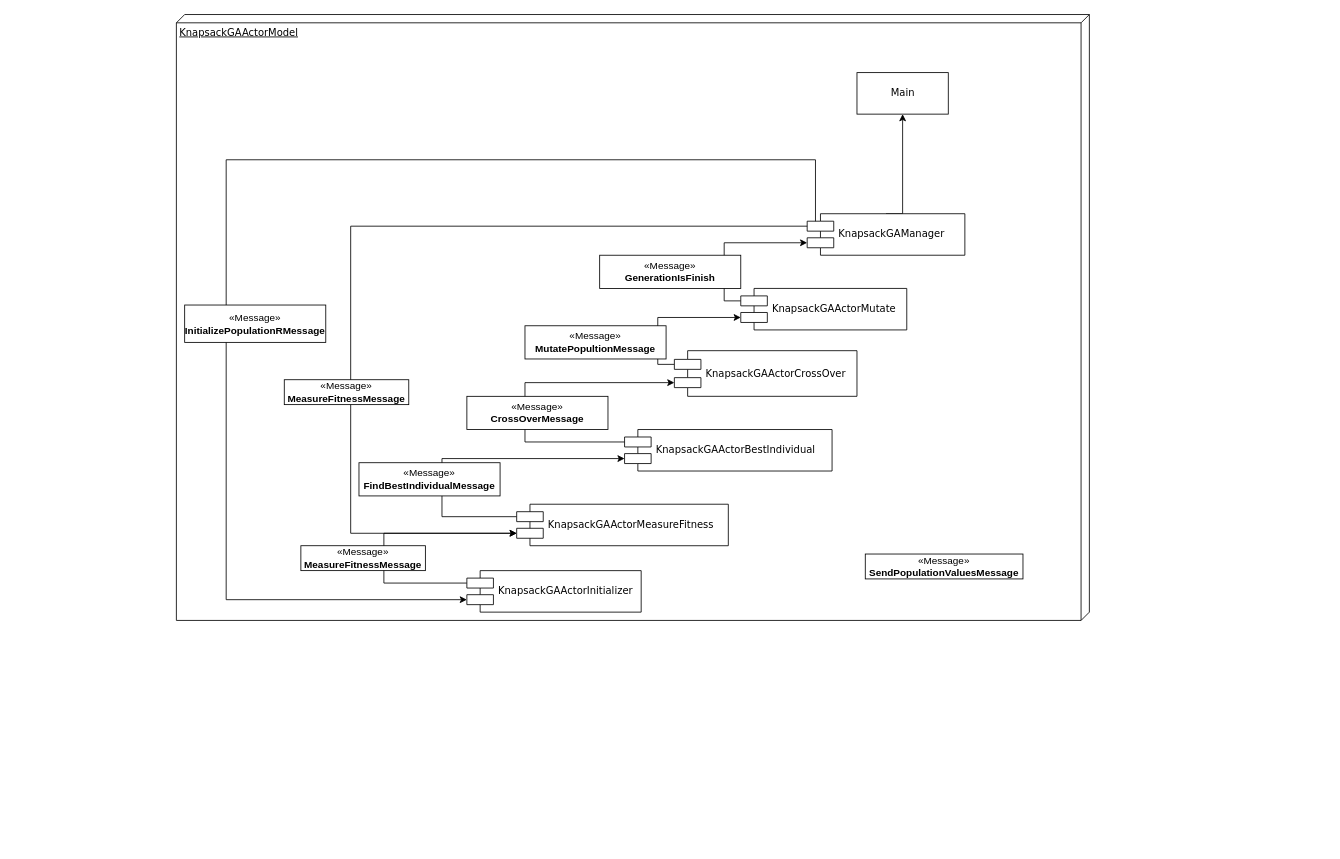
Daniel02Lopes/PPC keeps this draw.io diagram as KnapsackGAActorModel/arquitetura.drawio. Above is the earlier version. Source tidied: cells renumbered, new cells numbered last; positions are measured from the earlier drawing's top-left corner, leaving out a move shared by most shapes. Both pictures are drawn from the tidied source at 83%, with x=0, y=0 at pixel (176, 14).
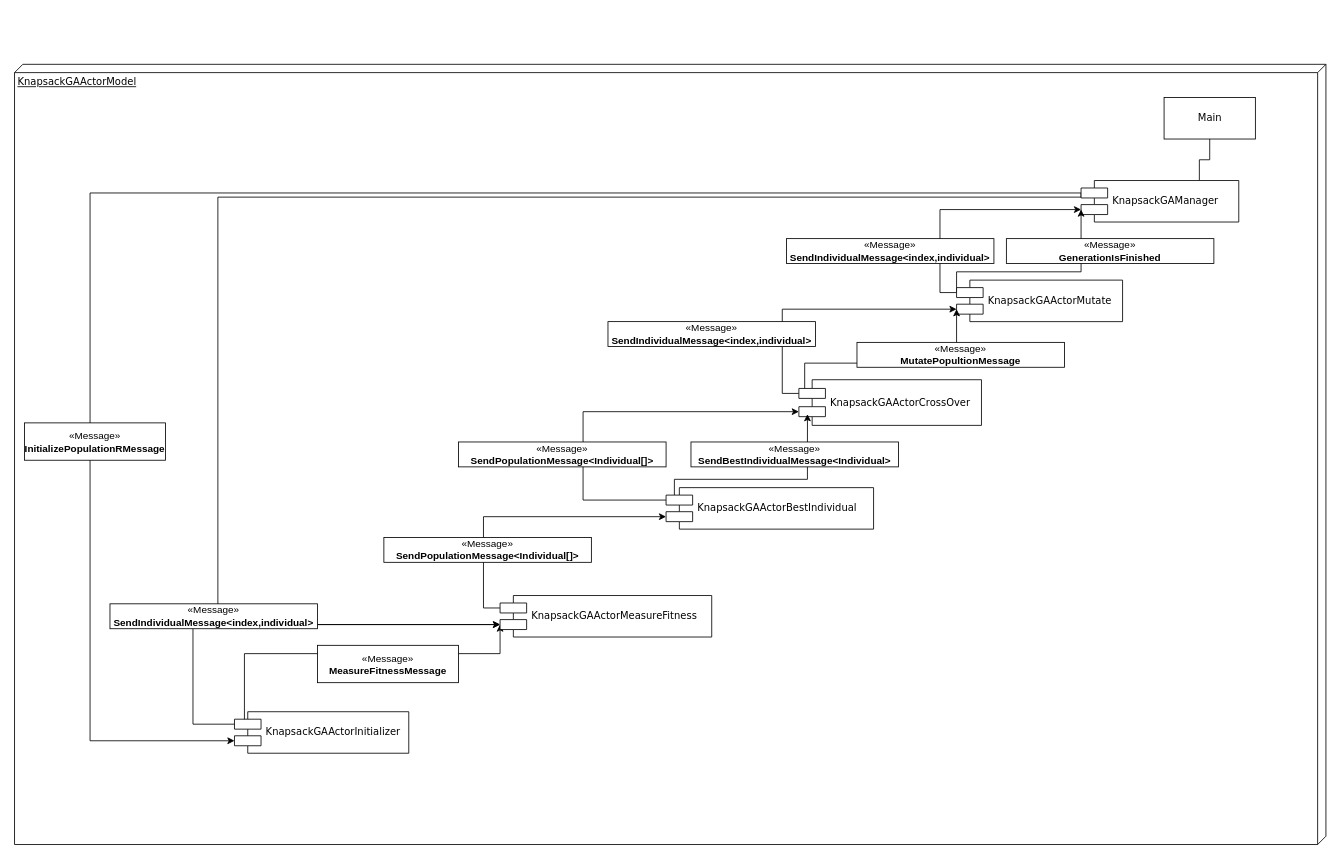
The same page after the edit.

Commit message (it also covers changes not shown here):
Alterado o desenho da arquitetura para relatório

The edit, as a diff of the source:
```diff
@@
     <mxCell id="2" value="KnapsackGAActorModel" style="verticalAlign=top;align=left;spacingTop=8;spacingLeft=2;spacingRight=12;shape=cube;size=10;direction=south;fontStyle=4;html=1;rounded=0;shadow=0;comic=0;labelBackgroundColor=none;strokeWidth=1;fontFamily=Verdana;fontSize=12;" parent="1" vertex="1">
-      <mxGeometry width="1100" height="730" as="geometry" />
+      <mxGeometry x="-195" y="60" width="1580" height="940" as="geometry" />
     </mxCell>
     <mxCell id="3" value="Main" style="html=1;rounded=0;shadow=0;comic=0;labelBackgroundColor=none;strokeWidth=1;fontFamily=Verdana;fontSize=12;align=center;" parent="1" vertex="1">
-      <mxGeometry x="820" y="70" width="110" height="50" as="geometry" />
+      <mxGeometry x="1190" y="100" width="110" height="50" as="geometry" />
     </mxCell>
-    <mxCell id="4" style="edgeStyle=orthogonalEdgeStyle;rounded=0;jettySize=auto;html=1;exitX=0;exitY=0.3;exitDx=0;exitDy=0;entryX=0;entryY=0.7;entryDx=0;entryDy=0;" parent="1" edge="1" source="7" target="9">
-      <mxGeometry relative="1" as="geometry">
-        <Array as="points">
-          <mxPoint x="770" y="255" />
-          <mxPoint x="770" y="175" />
-          <mxPoint x="60" y="175" />
-          <mxPoint x="60" y="705" />
-        </Array>
-      </mxGeometry>
-    </mxCell>
-    <mxCell id="5" style="edgeStyle=orthogonalEdgeStyle;rounded=0;jettySize=auto;html=1;exitX=0.5;exitY=0;exitDx=0;exitDy=0;entryX=0.5;entryY=1;entryDx=0;entryDy=0;" parent="1" edge="1" source="7" target="3">
-      <mxGeometry relative="1" as="geometry">
-        <Array as="points">
-          <mxPoint x="875" y="240" />
-        </Array>
-      </mxGeometry>
+    <mxCell id="5" style="edgeStyle=orthogonalEdgeStyle;rounded=0;jettySize=auto;html=1;exitX=0.75;exitY=0;exitDx=0;exitDy=0;entryX=0.5;entryY=1;entryDx=0;entryDy=0;endArrow=none;endFill=0;" parent="1" edge="1" source="7" target="3">
+      <mxGeometry relative="1" as="geometry" />
     </mxCell>
     <mxCell id="6" style="edgeStyle=orthogonalEdgeStyle;rounded=0;jettySize=auto;html=1;exitX=0;exitY=0.3;exitDx=0;exitDy=0;entryX=0;entryY=0.7;entryDx=0;entryDy=0;" parent="1" edge="1" source="7" target="17">
       <mxGeometry relative="1" as="geometry">
         <Array as="points">
-          <mxPoint x="210" y="255" />
-          <mxPoint x="210" y="625" />
+          <mxPoint x="1090" y="220" />
+          <mxPoint x="50" y="220" />
+          <mxPoint x="50" y="735" />
         </Array>
       </mxGeometry>
     </mxCell>
+    <mxCell id="4" style="edgeStyle=orthogonalEdgeStyle;rounded=0;jettySize=auto;html=1;exitX=0;exitY=0.3;exitDx=0;exitDy=0;entryX=0;entryY=0.7;entryDx=0;entryDy=0;" parent="1" edge="1" source="7" target="9">
+      <mxGeometry relative="1" as="geometry">
+        <Array as="points">
+          <mxPoint x="-104" y="215" />
+          <mxPoint x="-104" y="875" />
+        </Array>
+      </mxGeometry>
+    </mxCell>
     <mxCell id="7" value="KnapsackGAManager" style="shape=component;align=left;spacingLeft=36;rounded=0;shadow=0;comic=0;labelBackgroundColor=none;strokeWidth=1;fontFamily=Verdana;fontSize=12;html=1;" parent="1" vertex="1">
-      <mxGeometry x="760" y="240" width="190" height="50" as="geometry" />
+      <mxGeometry x="1090" y="200" width="190" height="50" as="geometry" />
     </mxCell>
-    <mxCell id="8" style="edgeStyle=orthogonalEdgeStyle;rounded=0;jettySize=auto;html=1;exitX=0;exitY=0.3;exitDx=0;exitDy=0;entryX=0;entryY=0.7;entryDx=0;entryDy=0;" parent="1" edge="1" source="9" target="17">
-      <mxGeometry relative="1" as="geometry">
-        <Array as="points">
-          <mxPoint x="250" y="685" />
-          <mxPoint x="250" y="625" />
-        </Array>
-      </mxGeometry>
-    </mxCell>
+    <mxCell id="27" style="edgeStyle=orthogonalEdgeStyle;rounded=0;jettySize=auto;html=1;exitX=0;exitY=0.3;exitDx=0;exitDy=0;entryX=0;entryY=0.7;entryDx=0;entryDy=0;" parent="1" edge="1" source="9" target="17">
+      <mxGeometry relative="1" as="geometry">
+        <Array as="points">
+          <mxPoint x="20" y="855" />
+          <mxPoint x="20" y="735" />
+        </Array>
+      </mxGeometry>
+    </mxCell>
+    <mxCell id="28" style="edgeStyle=orthogonalEdgeStyle;rounded=0;jettySize=auto;html=1;exitX=0;exitY=0.3;exitDx=0;exitDy=0;entryX=0;entryY=0.7;entryDx=0;entryDy=0;" parent="1" edge="1" source="9" target="17">
+      <mxGeometry relative="1" as="geometry">
+        <Array as="points">
+          <mxPoint x="82" y="855" />
+          <mxPoint x="82" y="770" />
+          <mxPoint x="390" y="770" />
+        </Array>
+      </mxGeometry>
+    </mxCell>
     <mxCell id="9" value="KnapsackGAActorInitializer" style="shape=component;align=left;spacingLeft=36;rounded=0;shadow=0;comic=0;labelBackgroundColor=none;strokeWidth=1;fontFamily=Verdana;fontSize=12;html=1;" parent="1" vertex="1">
-      <mxGeometry x="350" y="670" width="210" height="50" as="geometry" />
+      <mxGeometry x="70" y="840" width="210" height="50" as="geometry" />
     </mxCell>
-    <mxCell id="10" style="edgeStyle=orthogonalEdgeStyle;rounded=0;jettySize=auto;html=1;exitX=0;exitY=0.3;exitDx=0;exitDy=0;entryX=0;entryY=0.7;entryDx=0;entryDy=0;" parent="1" edge="1" source="11" target="7">
-      <mxGeometry relative="1" as="geometry" />
-    </mxCell>
+    <mxCell id="29" style="edgeStyle=orthogonalEdgeStyle;rounded=0;jettySize=auto;html=1;exitX=0;exitY=0.3;exitDx=0;exitDy=0;entryX=0;entryY=0.7;entryDx=0;entryDy=0;" parent="1" edge="1" source="11" target="7">
+      <mxGeometry relative="1" as="geometry" />
+    </mxCell>
+    <mxCell id="30" style="edgeStyle=orthogonalEdgeStyle;rounded=0;jettySize=auto;html=1;exitX=0;exitY=0.3;exitDx=0;exitDy=0;entryX=0;entryY=0.7;entryDx=0;entryDy=0;" parent="1" edge="1" source="11" target="7">
+      <mxGeometry relative="1" as="geometry">
+        <Array as="points">
+          <mxPoint x="940" y="310" />
+          <mxPoint x="1090" y="310" />
+        </Array>
+      </mxGeometry>
+    </mxCell>
     <mxCell id="11" value="KnapsackGAActorMutate" style="shape=component;align=left;spacingLeft=36;rounded=0;shadow=0;comic=0;labelBackgroundColor=none;strokeWidth=1;fontFamily=Verdana;fontSize=12;html=1;" parent="1" vertex="1">
-      <mxGeometry x="680" y="330" width="200" height="50" as="geometry" />
+      <mxGeometry x="940" y="320" width="200" height="50" as="geometry" />
     </mxCell>
-    <mxCell id="12" style="edgeStyle=orthogonalEdgeStyle;rounded=0;jettySize=auto;html=1;exitX=0;exitY=0.3;exitDx=0;exitDy=0;entryX=0;entryY=0.7;entryDx=0;entryDy=0;" parent="1" edge="1" source="13" target="11">
-      <mxGeometry relative="1" as="geometry" />
-    </mxCell>
+    <mxCell id="31" style="edgeStyle=orthogonalEdgeStyle;rounded=0;jettySize=auto;html=1;exitX=0;exitY=0.3;exitDx=0;exitDy=0;entryX=0;entryY=0.7;entryDx=0;entryDy=0;" parent="1" edge="1" source="13" target="11">
+      <mxGeometry relative="1" as="geometry">
+        <Array as="points">
+          <mxPoint x="757" y="457" />
+          <mxPoint x="757" y="420" />
+          <mxPoint x="940" y="420" />
+        </Array>
+      </mxGeometry>
+    </mxCell>
+    <mxCell id="32" style="edgeStyle=orthogonalEdgeStyle;rounded=0;jettySize=auto;html=1;exitX=0;exitY=0.3;exitDx=0;exitDy=0;entryX=0;entryY=0.7;entryDx=0;entryDy=0;" parent="1" edge="1" source="13" target="11">
+      <mxGeometry relative="1" as="geometry" />
+    </mxCell>
     <mxCell id="13" value="KnapsackGAActorCrossOver" style="shape=component;align=left;spacingLeft=36;rounded=0;shadow=0;comic=0;labelBackgroundColor=none;strokeWidth=1;fontFamily=Verdana;fontSize=12;html=1;" parent="1" vertex="1">
-      <mxGeometry x="600" y="405" width="220" height="55" as="geometry" />
+      <mxGeometry x="750" y="440" width="220" height="55" as="geometry" />
     </mxCell>
-    <mxCell id="14" style="edgeStyle=orthogonalEdgeStyle;rounded=0;jettySize=auto;html=1;exitX=0;exitY=0.3;exitDx=0;exitDy=0;entryX=0;entryY=0.7;entryDx=0;entryDy=0;" parent="1" edge="1" source="15" target="13">
-      <mxGeometry relative="1" as="geometry">
-        <Array as="points">
-          <mxPoint x="420" y="515" />
-          <mxPoint x="420" y="444" />
-        </Array>
-      </mxGeometry>
-    </mxCell>
-    <mxCell id="15" value="KnapsackGAActorBestIndividual" style="shape=component;align=left;spacingLeft=36;rounded=0;shadow=0;comic=0;labelBackgroundColor=none;strokeWidth=1;fontFamily=Verdana;fontSize=12;html=1;" parent="1" vertex="1">
-      <mxGeometry x="540" y="500" width="250" height="50" as="geometry" />
-    </mxCell>
+    <mxCell id="33" style="edgeStyle=orthogonalEdgeStyle;rounded=0;jettySize=auto;html=1;exitX=0;exitY=0.3;exitDx=0;exitDy=0;entryX=0;entryY=0.7;entryDx=0;entryDy=0;" parent="1" edge="1" source="15" target="13">
+      <mxGeometry relative="1" as="geometry">
+        <Array as="points">
+          <mxPoint x="490" y="585" />
+          <mxPoint x="490" y="479" />
+        </Array>
+      </mxGeometry>
+    </mxCell>
     <mxCell id="16" style="edgeStyle=orthogonalEdgeStyle;rounded=0;jettySize=auto;html=1;exitX=0;exitY=0.3;exitDx=0;exitDy=0;entryX=0;entryY=0.7;entryDx=0;entryDy=0;" parent="1" edge="1" source="17" target="15">
-      <mxGeometry relative="1" as="geometry">
-        <Array as="points">
-          <mxPoint x="320" y="605" />
-          <mxPoint x="320" y="535" />
-        </Array>
-      </mxGeometry>
+      <mxGeometry relative="1" as="geometry" />
     </mxCell>
     <mxCell id="17" value="KnapsackGAActorMeasureFitness" style="shape=component;align=left;spacingLeft=36;rounded=0;shadow=0;comic=0;labelBackgroundColor=none;strokeWidth=1;fontFamily=Verdana;fontSize=12;html=1;" parent="1" vertex="1">
-      <mxGeometry x="410" y="590" width="255" height="50" as="geometry" />
+      <mxGeometry x="390" y="700" width="255" height="50" as="geometry" />
     </mxCell>
+    <mxCell id="24" style="edgeStyle=orthogonalEdgeStyle;rounded=0;orthogonalLoop=1;jettySize=auto;html=1;exitX=0.5;exitY=1;exitDx=0;exitDy=0;" parent="1" edge="1">
+      <mxGeometry relative="1" as="geometry">
+        <mxPoint x="215" y="670" as="sourcePoint" />
+        <mxPoint x="215" y="670" as="targetPoint" />
+      </mxGeometry>
+    </mxCell>
+    <mxCell id="26" value="«Message»&lt;br&gt;&lt;b&gt;SendIndividualMessage&amp;lt;index,individual&amp;gt;&lt;/b&gt;" style="html=1;whiteSpace=wrap;" parent="1" vertex="1">
+      <mxGeometry x="-80" y="710" width="250" height="30" as="geometry" />
+    </mxCell>
+    <mxCell id="34" value="«Message»&lt;br&gt;&lt;b&gt;SendIndividualMessage&amp;lt;index,individual&amp;gt;&lt;/b&gt;" style="html=1;whiteSpace=wrap;" parent="1" vertex="1">
+      <mxGeometry x="520" y="370" width="250" height="30" as="geometry" />
+    </mxCell>
+    <mxCell id="35" value="«Message»&lt;br&gt;&lt;b&gt;SendIndividualMessage&amp;lt;index,individual&amp;gt;&lt;/b&gt;" style="html=1;whiteSpace=wrap;" parent="1" vertex="1">
+      <mxGeometry x="735" y="270" width="250" height="30" as="geometry" />
+    </mxCell>
+    <mxCell id="36" value="«Message»&lt;br&gt;&lt;b&gt;MeasureFitnessMessage&lt;/b&gt;" style="html=1;whiteSpace=wrap;" parent="1" vertex="1">
+      <mxGeometry x="170" y="760" width="170" height="45" as="geometry" />
+    </mxCell>
+    <mxCell id="37" value="«Message»&lt;br&gt;&lt;b&gt;SendPopulationMessage&amp;lt;Individual[]&amp;gt;&lt;/b&gt;" style="html=1;whiteSpace=wrap;" parent="1" vertex="1">
+      <mxGeometry x="250" y="630" width="250" height="30" as="geometry" />
+    </mxCell>
+    <mxCell id="38" value="«Message»&lt;br&gt;&lt;b&gt;SendPopulationMessage&amp;lt;Individual[]&amp;gt;&lt;/b&gt;" style="html=1;whiteSpace=wrap;" parent="1" vertex="1">
+      <mxGeometry x="340" y="515" width="250" height="30" as="geometry" />
+    </mxCell>
+    <mxCell id="22" value="«Message»&lt;br&gt;&lt;b&gt;MutatePopultionMessage&lt;/b&gt;" style="html=1;whiteSpace=wrap;" parent="1" vertex="1">
+      <mxGeometry x="820" y="395" width="250" height="30" as="geometry" />
+    </mxCell>
+    <mxCell id="39" style="edgeStyle=orthogonalEdgeStyle;rounded=0;jettySize=auto;html=1;exitX=0;exitY=0.3;exitDx=0;exitDy=0;entryX=0.047;entryY=0.754;entryDx=0;entryDy=0;entryPerimeter=0;" parent="1" edge="1" source="15" target="13">
+      <mxGeometry relative="1" as="geometry">
+        <Array as="points">
+          <mxPoint x="600" y="585" />
+          <mxPoint x="600" y="560" />
+          <mxPoint x="760" y="560" />
+        </Array>
+      </mxGeometry>
+    </mxCell>
+    <mxCell id="40" value="«Message»&lt;br&gt;&lt;b&gt;SendBestIndividualMessage&amp;lt;Individual&amp;gt;&lt;/b&gt;" style="html=1;whiteSpace=wrap;" parent="1" vertex="1">
+      <mxGeometry x="620" y="515" width="250" height="30" as="geometry" />
+    </mxCell>
+    <mxCell id="15" value="KnapsackGAActorBestIndividual" style="shape=component;align=left;spacingLeft=36;rounded=0;shadow=0;comic=0;labelBackgroundColor=none;strokeWidth=1;fontFamily=Verdana;fontSize=12;html=1;" parent="1" vertex="1">
+      <mxGeometry x="590" y="570" width="250" height="50" as="geometry" />
+    </mxCell>
+    <mxCell id="41" value="«Message»&lt;br&gt;&lt;b&gt;GenerationIsFinished&lt;/b&gt;" style="html=1;whiteSpace=wrap;" parent="1" vertex="1">
+      <mxGeometry x="1000" y="270" width="250" height="30" as="geometry" />
+    </mxCell>
     <mxCell id="18" value="«Message»&lt;br&gt;&lt;b&gt;InitializePopulationRMessage&lt;/b&gt;" style="html=1;whiteSpace=wrap;" parent="1" vertex="1">
-      <mxGeometry x="10" y="350" width="170" height="45" as="geometry" />
+      <mxGeometry x="-183" y="492" width="170" height="45" as="geometry" />
     </mxCell>
-    <mxCell id="19" value="«Message»&lt;br&gt;&lt;b&gt;MeasureFitnessMessage&lt;/b&gt;" style="html=1;whiteSpace=wrap;" parent="1" vertex="1">
-      <mxGeometry x="150" y="640" width="150" height="30" as="geometry" />
-    </mxCell>
-    <mxCell id="20" value="«Message»&lt;br&gt;&lt;b&gt;FindBestIndividualMessage&lt;/b&gt;" style="html=1;whiteSpace=wrap;" parent="1" vertex="1">
-      <mxGeometry x="220" y="540" width="170" height="40" as="geometry" />
-    </mxCell>
-    <mxCell id="21" value="«Message»&lt;br&gt;&lt;b&gt;CrossOverMessage&lt;/b&gt;" style="html=1;whiteSpace=wrap;" parent="1" vertex="1">
-      <mxGeometry x="350" y="460" width="170" height="40" as="geometry" />
-    </mxCell>
-    <mxCell id="22" value="«Message»&lt;br&gt;&lt;b&gt;MutatePopultionMessage&lt;/b&gt;" style="html=1;whiteSpace=wrap;" parent="1" vertex="1">
-      <mxGeometry x="420" y="375" width="170" height="40" as="geometry" />
-    </mxCell>
-    <mxCell id="23" value="«Message»&lt;br&gt;&lt;b&gt;GenerationIsFinish&lt;/b&gt;" style="html=1;whiteSpace=wrap;" parent="1" vertex="1">
-      <mxGeometry x="510" y="290" width="170" height="40" as="geometry" />
-    </mxCell>
-    <mxCell id="24" style="edgeStyle=orthogonalEdgeStyle;rounded=0;orthogonalLoop=1;jettySize=auto;html=1;exitX=0.5;exitY=1;exitDx=0;exitDy=0;" parent="1" edge="1" source="19" target="19">
-      <mxGeometry relative="1" as="geometry" />
-    </mxCell>
-    <mxCell id="25" value="«Message»&lt;br&gt;&lt;b&gt;MeasureFitnessMessage&lt;/b&gt;" style="html=1;whiteSpace=wrap;" parent="1" vertex="1">
-      <mxGeometry x="130" y="440" width="150" height="30" as="geometry" />
-    </mxCell>
-    <mxCell id="26" value="«Message»&lt;br&gt;&lt;b&gt;SendPopulationValuesMessage&lt;/b&gt;" style="html=1;whiteSpace=wrap;" parent="1" vertex="1">
-      <mxGeometry x="830" y="650" width="190" height="30" as="geometry" />
-    </mxCell>
```
